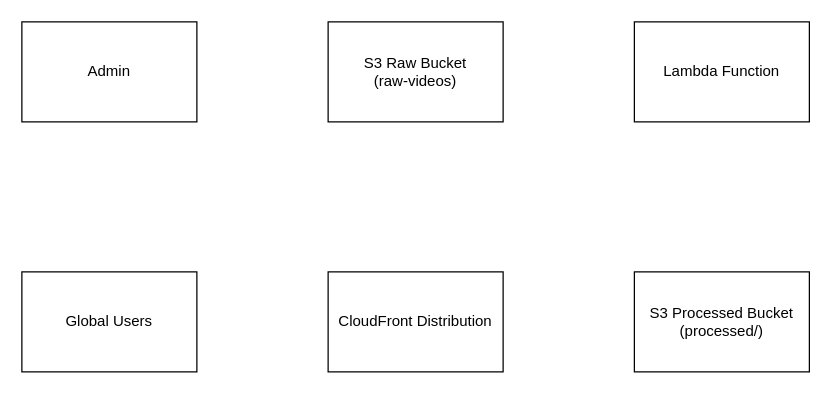
The draw.io diagram AWS Cloud Advanced - Figure 1.drawio in Matasem-h/SimpleFlowcharts, before the edit. Source tidied: cells renumbered, new cells numbered last; positions are measured from the earlier drawing's top-left corner, leaving out a move shared by most shapes. Both pictures are drawn from the tidied source at 125%, with x=0, y=0 at pixel (21, 21).
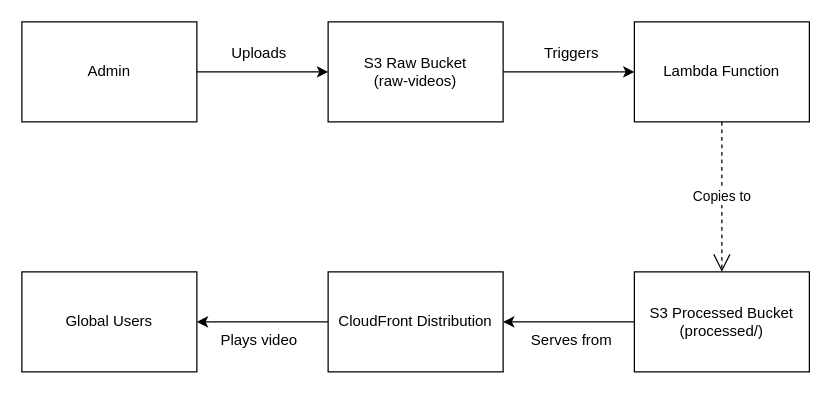
After the change.

Change to the diagram source:
```diff
@@
 <mxGraphModel>
   <root>
     <mxCell id="0" />
     <mxCell id="1" parent="0" />
     <mxCell id="2" value="Admin" style="rounded=0;whiteSpace=wrap;html=1;" parent="1" vertex="1">
       <mxGeometry width="140" height="80" as="geometry" />
     </mxCell>
     <mxCell id="3" value="&lt;div&gt;S3 Raw Bucket&lt;/div&gt;&lt;div&gt;(raw-videos)&lt;/div&gt;" style="rounded=0;whiteSpace=wrap;html=1;" parent="1" vertex="1">
       <mxGeometry x="245" width="140" height="80" as="geometry" />
     </mxCell>
     <mxCell id="4" value="Lambda Function" style="rounded=0;whiteSpace=wrap;html=1;" parent="1" vertex="1">
       <mxGeometry x="490" width="140" height="80" as="geometry" />
     </mxCell>
     <mxCell id="5" value="CloudFront Distribution" style="rounded=0;whiteSpace=wrap;html=1;" parent="1" vertex="1">
       <mxGeometry x="245" y="200" width="140" height="80" as="geometry" />
     </mxCell>
     <mxCell id="6" value="Global Users" style="rounded=0;whiteSpace=wrap;html=1;" parent="1" vertex="1">
       <mxGeometry y="200" width="140" height="80" as="geometry" />
     </mxCell>
     <mxCell id="7" value="&lt;div&gt;S3 Processed Bucket&lt;/div&gt;&lt;div&gt;(processed/)&lt;/div&gt;" style="rounded=0;whiteSpace=wrap;html=1;" parent="1" vertex="1">
       <mxGeometry x="490" y="200" width="140" height="80" as="geometry" />
     </mxCell>
+    <mxCell id="8" style="endArrow=classic;html=1;rounded=0;exitX=1;exitY=0.5;exitDx=0;exitDy=0;entryX=0;entryY=0.5;entryDx=0;entryDy=0;" parent="1" edge="1" source="2" target="3">
+      <mxGeometry relative="1" as="geometry" />
+    </mxCell>
+    <mxCell id="9" style="endArrow=classic;html=1;rounded=0;exitX=1;exitY=0.5;exitDx=0;exitDy=0;entryX=0;entryY=0.5;entryDx=0;entryDy=0;" parent="1" edge="1" source="3" target="4">
+      <mxGeometry relative="1" as="geometry" />
+    </mxCell>
+    <mxCell id="10" style="endArrow=classic;html=1;rounded=0;exitX=0;exitY=0.5;exitDx=0;exitDy=0;entryX=1;entryY=0.5;entryDx=0;entryDy=0;" parent="1" edge="1" source="7" target="5">
+      <mxGeometry relative="1" as="geometry" />
+    </mxCell>
+    <mxCell id="11" style="endArrow=classic;html=1;rounded=0;entryX=1;entryY=0.5;entryDx=0;entryDy=0;exitX=0;exitY=0.5;exitDx=0;exitDy=0;" parent="1" edge="1" source="5" target="6">
+      <mxGeometry relative="1" as="geometry" />
+    </mxCell>
+    <mxCell id="12" value="Uploads" style="text;html=1;whiteSpace=wrap;strokeColor=none;fillColor=none;align=center;verticalAlign=middle;rounded=0;" parent="1" vertex="1">
+      <mxGeometry x="160" y="10" width="60" height="30" as="geometry" />
+    </mxCell>
+    <mxCell id="13" value="Triggers" style="text;html=1;whiteSpace=wrap;strokeColor=none;fillColor=none;align=center;verticalAlign=middle;rounded=0;" parent="1" vertex="1">
+      <mxGeometry x="410" y="10" width="60" height="30" as="geometry" />
+    </mxCell>
+    <mxCell id="14" value="Serves from" style="text;html=1;whiteSpace=wrap;strokeColor=none;fillColor=none;align=center;verticalAlign=middle;rounded=0;" parent="1" vertex="1">
+      <mxGeometry x="405" y="240" width="70" height="30" as="geometry" />
+    </mxCell>
+    <mxCell id="15" value="Plays video" style="text;html=1;whiteSpace=wrap;strokeColor=none;fillColor=none;align=center;verticalAlign=middle;rounded=0;" parent="1" vertex="1">
+      <mxGeometry x="155" y="240" width="70" height="30" as="geometry" />
+    </mxCell>
+    <mxCell id="16" value="Copies to" style="endArrow=open;endSize=12;dashed=1;html=1;rounded=0;exitX=0.5;exitY=1;exitDx=0;exitDy=0;entryX=0.5;entryY=0;entryDx=0;entryDy=0;" parent="1" edge="1" source="4" target="7">
+      <mxGeometry relative="1" as="geometry" />
+    </mxCell>
   </root>
 </mxGraphModel>
```
